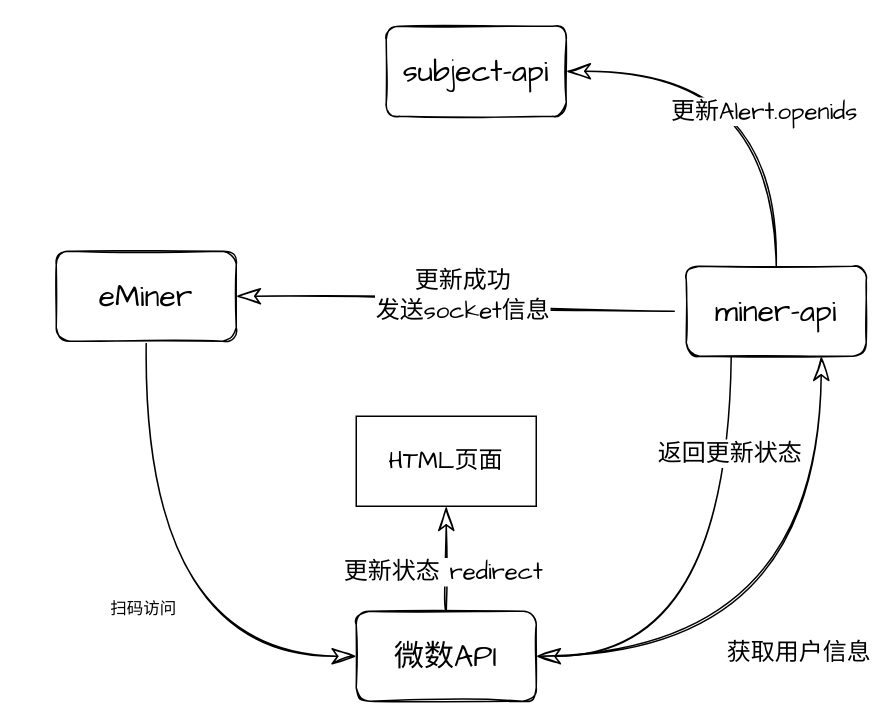
Above: 未命名绘图.drawio in YaoKaiPeng/z-my-draw.io (draw.io), before the change. Source tidied: cells renumbered, new cells numbered last; positions are measured from the earlier drawing's top-left corner, leaving out a move shared by most shapes. Both pictures are drawn from the tidied source at 150%, with x=0, y=0 at pixel (56, 26).
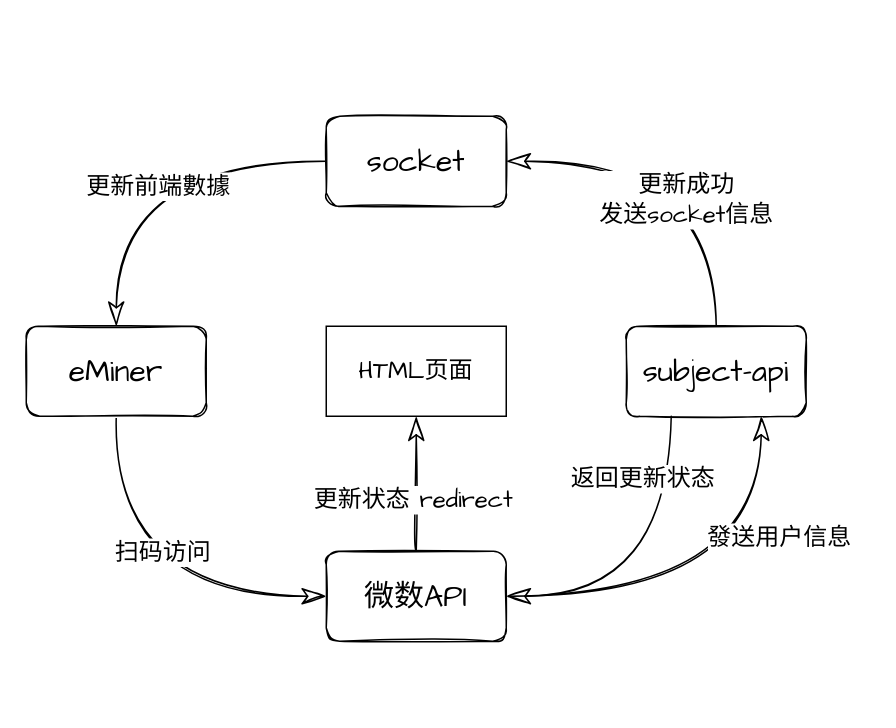
The same diagram, later.

Commit message:
更新未命名绘图.drawio

What changed in the source:
```diff
@@
 <mxGraphModel>
   <root>
     <mxCell id="0" />
     <mxCell id="1" parent="0" />
     <mxCell id="2" style="sketch=1;hachureGap=4;jettySize=auto;html=1;exitX=0.5;exitY=1;exitDx=0;exitDy=0;entryX=0;entryY=0.5;entryDx=0;entryDy=0;fontFamily=Architects Daughter;fontSize=16;endArrow=classicThin;startSize=14;endSize=14;sourcePerimeterSpacing=8;targetPerimeterSpacing=8;edgeStyle=orthogonalEdgeStyle;curved=1;startArrow=none;startFill=0;endFill=0;" parent="1" edge="1" source="4" target="10">
       <mxGeometry relative="1" as="geometry" />
     </mxCell>
-    <mxCell id="3" value="扫码访问" style="edgeLabel;html=1;align=center;verticalAlign=middle;" parent="2" vertex="1">
-      <mxGeometry x="0.01" y="-3" relative="1" as="geometry" />
+    <mxCell id="3" value="扫码访问" style="edgeLabel;html=1;align=center;verticalAlign=middle;fontFamily=Architects Daughter;fontSize=16;" parent="2" vertex="1">
+      <mxGeometry x="0.01" y="-3" relative="1" as="geometry">
+        <mxPoint x="19" y="-33" as="offset" />
+      </mxGeometry>
     </mxCell>
     <mxCell id="4" value="eMiner" style="rounded=1;whiteSpace=wrap;html=1;sketch=1;hachureGap=4;fontFamily=Architects Daughter;fontSize=20;" parent="1" vertex="1">
-      <mxGeometry y="150" width="120" height="60" as="geometry" />
+      <mxGeometry x="-20" y="200" width="120" height="60" as="geometry" />
     </mxCell>
     <mxCell id="5" value="subject-api" style="rounded=1;whiteSpace=wrap;html=1;sketch=1;hachureGap=4;fontFamily=Architects Daughter;fontSize=20;" parent="1" vertex="1">
-      <mxGeometry x="220" width="120" height="60" as="geometry" />
+      <mxGeometry x="380" y="200" width="120" height="60" as="geometry" />
     </mxCell>
-    <mxCell id="6" style="edgeStyle=orthogonalEdgeStyle;rounded=1;jettySize=auto;html=1;exitX=1;exitY=0.5;exitDx=0;exitDy=0;curved=1;endArrow=classicThin;fontSize=16;fontFamily=Architects Daughter;sketch=1;hachureGap=4;startSize=14;endSize=14;sourcePerimeterSpacing=8;targetPerimeterSpacing=8;startArrow=none;startFill=0;endFill=0;entryX=0.75;entryY=1;entryDx=0;entryDy=0;" parent="1" edge="1" source="10" target="16">
+    <mxCell id="6" style="edgeStyle=orthogonalEdgeStyle;rounded=1;jettySize=auto;html=1;exitX=1;exitY=0.5;exitDx=0;exitDy=0;curved=1;endArrow=classicThin;fontSize=16;fontFamily=Architects Daughter;sketch=1;hachureGap=4;startSize=14;endSize=14;sourcePerimeterSpacing=8;targetPerimeterSpacing=8;startArrow=none;startFill=0;endFill=0;entryX=0.75;entryY=1;entryDx=0;entryDy=0;" parent="1" edge="1" source="10" target="5">
       <mxGeometry relative="1" as="geometry" />
     </mxCell>
-    <mxCell id="7" value="获取用户信息" style="edgeLabel;html=1;align=center;verticalAlign=middle;fontSize=16;fontFamily=Architects Daughter;fontColor=default;" parent="6" vertex="1">
-      <mxGeometry x="-0.01" y="16" relative="1" as="geometry" />
+    <mxCell id="7" value="發送用户信息" style="edgeLabel;html=1;align=center;verticalAlign=middle;fontSize=16;fontFamily=Architects Daughter;fontColor=default;" parent="6" vertex="1">
+      <mxGeometry x="-0.01" y="16" relative="1" as="geometry">
+        <mxPoint x="37" y="-24" as="offset" />
+      </mxGeometry>
     </mxCell>
     <mxCell id="8" style="edgeStyle=orthogonalEdgeStyle;shape=connector;curved=1;rounded=1;sketch=1;hachureGap=4;jettySize=auto;html=1;exitX=0.5;exitY=0;exitDx=0;exitDy=0;labelBackgroundColor=default;fontFamily=Architects Daughter;fontSize=16;fontColor=default;startArrow=none;startFill=0;endArrow=classicThin;endFill=0;startSize=14;endSize=14;sourcePerimeterSpacing=8;targetPerimeterSpacing=8;strokeColor=default;entryX=0.5;entryY=1;entryDx=0;entryDy=0;" parent="1" edge="1" source="10" target="17">
       <mxGeometry relative="1" as="geometry" />
     </mxCell>
     <mxCell id="9" value="更新状态 redirect" style="edgeLabel;html=1;align=center;verticalAlign=middle;fontSize=16;fontFamily=Architects Daughter;fontColor=default;" parent="8" vertex="1">
       <mxGeometry x="-0.23" y="3" relative="1" as="geometry" />
     </mxCell>
     <mxCell id="10" value="微数API" style="rounded=1;whiteSpace=wrap;html=1;sketch=1;hachureGap=4;fontFamily=Architects Daughter;fontSize=20;" parent="1" vertex="1">
-      <mxGeometry x="200" y="390" width="120" height="60" as="geometry" />
+      <mxGeometry x="180" y="350" width="120" height="60" as="geometry" />
     </mxCell>
-    <mxCell id="11" style="edgeStyle=orthogonalEdgeStyle;shape=connector;curved=1;rounded=1;sketch=1;hachureGap=4;jettySize=auto;html=1;exitX=0.5;exitY=0;exitDx=0;exitDy=0;entryX=1;entryY=0.5;entryDx=0;entryDy=0;labelBackgroundColor=default;fontFamily=Architects Daughter;fontSize=16;fontColor=default;startArrow=none;startFill=0;endArrow=classicThin;endFill=0;startSize=14;endSize=14;sourcePerimeterSpacing=8;targetPerimeterSpacing=8;strokeColor=default;" parent="1" edge="1" source="16" target="5">
-      <mxGeometry relative="1" as="geometry" />
-    </mxCell>
-    <mxCell id="12" value="更新Alert.openids" style="edgeLabel;html=1;align=center;verticalAlign=middle;fontSize=16;fontFamily=Architects Daughter;fontColor=default;" parent="11" vertex="1">
-      <mxGeometry x="-0.23" y="9" relative="1" as="geometry" />
-    </mxCell>
-    <mxCell id="13" value="更新成功&lt;br&gt;发送socket信息" style="edgeStyle=orthogonalEdgeStyle;shape=connector;curved=1;rounded=1;sketch=1;hachureGap=4;jettySize=auto;html=1;entryX=1;entryY=0.5;entryDx=0;entryDy=0;labelBackgroundColor=default;fontFamily=Architects Daughter;fontSize=16;fontColor=default;startArrow=none;startFill=0;endArrow=classicThin;endFill=0;startSize=14;endSize=14;sourcePerimeterSpacing=8;targetPerimeterSpacing=8;strokeColor=default;" parent="1" edge="1" source="16" target="4">
-      <mxGeometry relative="1" as="geometry" />
+    <mxCell id="13" value="更新成功&lt;br&gt;发送socket信息" style="edgeStyle=orthogonalEdgeStyle;shape=connector;curved=1;rounded=1;sketch=1;hachureGap=4;jettySize=auto;html=1;labelBackgroundColor=default;fontFamily=Architects Daughter;fontSize=16;fontColor=default;startArrow=none;startFill=0;endArrow=classicThin;endFill=0;startSize=14;endSize=14;sourcePerimeterSpacing=8;targetPerimeterSpacing=8;strokeColor=default;entryX=1;entryY=0.5;entryDx=0;entryDy=0;exitX=0.5;exitY=0;exitDx=0;exitDy=0;" parent="1" edge="1" source="5" target="20">
+      <mxGeometry x="-0.33" y="20" relative="1" as="geometry" />
     </mxCell>
-    <mxCell id="14" style="edgeStyle=orthogonalEdgeStyle;shape=connector;curved=1;rounded=1;sketch=1;hachureGap=4;jettySize=auto;html=1;exitX=0.25;exitY=1;exitDx=0;exitDy=0;entryX=1;entryY=0.5;entryDx=0;entryDy=0;labelBackgroundColor=default;fontFamily=Architects Daughter;fontSize=16;fontColor=default;startArrow=none;startFill=0;endArrow=classicThin;endFill=0;startSize=14;endSize=14;sourcePerimeterSpacing=8;targetPerimeterSpacing=8;strokeColor=default;" parent="1" edge="1" source="16" target="10">
+    <mxCell id="14" style="edgeStyle=orthogonalEdgeStyle;shape=connector;curved=1;rounded=1;sketch=1;hachureGap=4;jettySize=auto;html=1;exitX=0.25;exitY=1;exitDx=0;exitDy=0;entryX=1;entryY=0.5;entryDx=0;entryDy=0;labelBackgroundColor=default;fontFamily=Architects Daughter;fontSize=16;fontColor=default;startArrow=none;startFill=0;endArrow=classicThin;endFill=0;startSize=14;endSize=14;sourcePerimeterSpacing=8;targetPerimeterSpacing=8;strokeColor=default;" parent="1" edge="1" source="5" target="10">
       <mxGeometry relative="1" as="geometry" />
     </mxCell>
     <mxCell id="15" value="返回更新状态" style="edgeLabel;html=1;align=center;verticalAlign=middle;fontSize=16;fontFamily=Architects Daughter;fontColor=default;" parent="14" vertex="1">
-      <mxGeometry x="-0.61" y="-2" relative="1" as="geometry" />
+      <mxGeometry x="-0.61" y="-2" relative="1" as="geometry">
+        <mxPoint x="-18" y="-4" as="offset" />
+      </mxGeometry>
     </mxCell>
-    <mxCell id="16" value="miner-api" style="rounded=1;whiteSpace=wrap;html=1;sketch=1;hachureGap=4;fontFamily=Architects Daughter;fontSize=20;" parent="1" vertex="1">
-      <mxGeometry x="420" y="160" width="120" height="60" as="geometry" />
-    </mxCell>
     <mxCell id="17" value="HTML页面" style="rounded=0;whiteSpace=wrap;html=1;fontFamily=Architects Daughter;fontSize=16;fontColor=default;" parent="1" vertex="1">
-      <mxGeometry x="200" y="260" width="120" height="60" as="geometry" />
+      <mxGeometry x="180" y="200" width="120" height="60" as="geometry" />
     </mxCell>
+    <mxCell id="18" style="edgeStyle=orthogonalEdgeStyle;shape=connector;curved=1;rounded=1;sketch=1;hachureGap=4;jettySize=auto;html=1;exitX=0;exitY=0.5;exitDx=0;exitDy=0;entryX=0.5;entryY=0;entryDx=0;entryDy=0;labelBackgroundColor=default;fontFamily=Architects Daughter;fontSize=16;fontColor=default;startArrow=none;startFill=0;endArrow=classicThin;endFill=0;startSize=14;endSize=14;sourcePerimeterSpacing=8;targetPerimeterSpacing=8;strokeColor=default;" parent="1" edge="1" source="20" target="4">
+      <mxGeometry relative="1" as="geometry" />
+    </mxCell>
+    <mxCell id="19" value="更新前端數據" style="edgeLabel;html=1;align=center;verticalAlign=middle;fontSize=16;fontFamily=Architects Daughter;fontColor=default;" parent="18" vertex="1">
+      <mxGeometry x="0.25" y="27" relative="1" as="geometry" />
+    </mxCell>
+    <mxCell id="20" value="socket" style="rounded=1;whiteSpace=wrap;html=1;sketch=1;hachureGap=4;fontFamily=Architects Daughter;fontSize=20;" parent="1" vertex="1">
+      <mxGeometry x="180" y="60" width="120" height="60" as="geometry" />
+    </mxCell>
   </root>
 </mxGraphModel>
```
